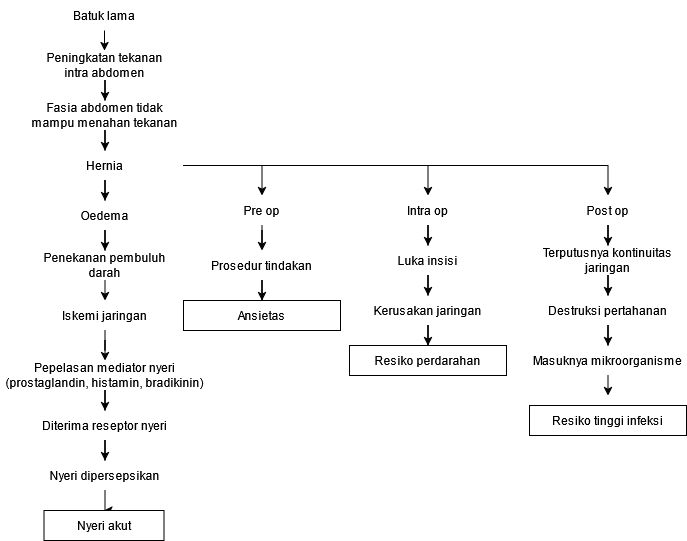
Before: pathway hernia.png, a diagram exported from draw.io (dhendisyafaa/drawio). Source tidied: cells renumbered, new cells last; positions are measured from the earlier drawing's top-left corner, leaving out a move shared by most shapes. Its diagram source:
```xml
<mxGraphModel>
  <root>
    <mxCell id="0" />
    <mxCell id="1" parent="0" />
    <mxCell id="2" style="edgeStyle=orthogonalEdgeStyle;rounded=0;jettySize=auto;html=1;entryX=0.5;entryY=0;entryDx=0;entryDy=0;" parent="1" edge="1" source="3" target="5">
      <mxGeometry relative="1" as="geometry" />
    </mxCell>
    <mxCell id="3" value="Batuk lama" style="text;html=1;align=center;verticalAlign=middle;whiteSpace=wrap;rounded=0;" parent="1" vertex="1">
      <mxGeometry x="64" width="80" height="30" as="geometry" />
    </mxCell>
    <mxCell id="4" style="edgeStyle=orthogonalEdgeStyle;rounded=0;jettySize=auto;html=1;entryX=0.5;entryY=0;entryDx=0;entryDy=0;" parent="1" edge="1" source="5" target="7">
      <mxGeometry relative="1" as="geometry" />
    </mxCell>
    <mxCell id="5" value="Peningkatan tekanan intra abdomen" style="text;html=1;align=center;verticalAlign=middle;whiteSpace=wrap;rounded=0;" parent="1" vertex="1">
      <mxGeometry x="42" y="50" width="125" height="30" as="geometry" />
    </mxCell>
    <mxCell id="6" style="edgeStyle=orthogonalEdgeStyle;rounded=0;jettySize=auto;html=1;" parent="1" edge="1" source="7" target="12">
      <mxGeometry relative="1" as="geometry" />
    </mxCell>
    <mxCell id="7" value="Fasia abdomen tidak mampu menahan tekanan" style="text;html=1;align=center;verticalAlign=middle;whiteSpace=wrap;rounded=0;" parent="1" vertex="1">
      <mxGeometry x="26" y="100" width="157" height="30" as="geometry" />
    </mxCell>
    <mxCell id="8" style="edgeStyle=orthogonalEdgeStyle;rounded=0;jettySize=auto;html=1;" parent="1" edge="1" source="12" target="37">
      <mxGeometry relative="1" as="geometry" />
    </mxCell>
    <mxCell id="9" style="edgeStyle=orthogonalEdgeStyle;rounded=0;jettySize=auto;html=1;entryX=0.5;entryY=0;entryDx=0;entryDy=0;" parent="1" edge="1" source="12" target="32">
      <mxGeometry relative="1" as="geometry" />
    </mxCell>
    <mxCell id="10" style="edgeStyle=orthogonalEdgeStyle;rounded=0;jettySize=auto;html=1;" parent="1" edge="1" source="12" target="14">
      <mxGeometry relative="1" as="geometry" />
    </mxCell>
    <mxCell id="11" style="edgeStyle=orthogonalEdgeStyle;rounded=0;jettySize=auto;html=1;entryX=0.5;entryY=0;entryDx=0;entryDy=0;exitX=1;exitY=0.5;exitDx=0;exitDy=0;" parent="1" edge="1" source="12" target="27">
      <mxGeometry relative="1" as="geometry" />
    </mxCell>
    <mxCell id="12" value="Hernia" style="text;html=1;align=center;verticalAlign=middle;whiteSpace=wrap;rounded=0;" parent="1" vertex="1">
      <mxGeometry x="26" y="150" width="157" height="30" as="geometry" />
    </mxCell>
    <mxCell id="13" style="edgeStyle=orthogonalEdgeStyle;rounded=0;jettySize=auto;html=1;entryX=0.5;entryY=0;entryDx=0;entryDy=0;" parent="1" edge="1" source="14" target="15">
      <mxGeometry relative="1" as="geometry" />
    </mxCell>
    <mxCell id="14" value="Oedema" style="text;html=1;align=center;verticalAlign=middle;whiteSpace=wrap;rounded=0;" parent="1" vertex="1">
      <mxGeometry x="26" y="200" width="157" height="30" as="geometry" />
    </mxCell>
    <mxCell id="15" value="Penekanan pembuluh darah" style="text;html=1;align=center;verticalAlign=middle;whiteSpace=wrap;rounded=0;" parent="1" vertex="1">
      <mxGeometry x="26" y="250" width="157" height="30" as="geometry" />
    </mxCell>
    <mxCell id="16" style="edgeStyle=orthogonalEdgeStyle;rounded=0;jettySize=auto;html=1;entryX=0.5;entryY=0;entryDx=0;entryDy=0;" parent="1" edge="1" source="17" target="19">
      <mxGeometry relative="1" as="geometry" />
    </mxCell>
    <mxCell id="17" value="Iskemi jaringan" style="text;html=1;align=center;verticalAlign=middle;whiteSpace=wrap;rounded=0;" parent="1" vertex="1">
      <mxGeometry x="26" y="300" width="157" height="30" as="geometry" />
    </mxCell>
    <mxCell id="18" style="edgeStyle=orthogonalEdgeStyle;rounded=0;jettySize=auto;html=1;entryX=0.5;entryY=0;entryDx=0;entryDy=0;" parent="1" edge="1" source="19" target="21">
      <mxGeometry relative="1" as="geometry" />
    </mxCell>
    <mxCell id="19" value="Pepelasan mediator nyeri (prostaglandin, histamin, bradikinin)" style="text;html=1;align=center;verticalAlign=middle;whiteSpace=wrap;rounded=0;" parent="1" vertex="1">
      <mxGeometry x="-0.2" y="360" width="209.4" height="30" as="geometry" />
    </mxCell>
    <mxCell id="20" style="edgeStyle=orthogonalEdgeStyle;rounded=0;jettySize=auto;html=1;" parent="1" edge="1" source="21" target="23">
      <mxGeometry relative="1" as="geometry" />
    </mxCell>
    <mxCell id="21" value="Diterima reseptor nyeri" style="text;html=1;align=center;verticalAlign=middle;whiteSpace=wrap;rounded=0;" parent="1" vertex="1">
      <mxGeometry x="26" y="410" width="157" height="30" as="geometry" />
    </mxCell>
    <mxCell id="22" style="edgeStyle=orthogonalEdgeStyle;rounded=0;jettySize=auto;html=1;entryX=0.5;entryY=0;entryDx=0;entryDy=0;" parent="1" edge="1" source="23" target="24">
      <mxGeometry relative="1" as="geometry" />
    </mxCell>
    <mxCell id="23" value="Nyeri dipersepsikan" style="text;html=1;align=center;verticalAlign=middle;whiteSpace=wrap;rounded=0;" parent="1" vertex="1">
      <mxGeometry x="26" y="460" width="157" height="30" as="geometry" />
    </mxCell>
    <mxCell id="24" value="Nyeri akut" style="rounded=0;whiteSpace=wrap;html=1;" parent="1" vertex="1">
      <mxGeometry x="43.5" y="510" width="120" height="30" as="geometry" />
    </mxCell>
    <mxCell id="25" style="edgeStyle=orthogonalEdgeStyle;rounded=0;jettySize=auto;html=1;entryX=0.495;entryY=-0.033;entryDx=0;entryDy=0;entryPerimeter=0;" parent="1" edge="1" source="15" target="17">
      <mxGeometry relative="1" as="geometry" />
    </mxCell>
    <mxCell id="26" style="edgeStyle=orthogonalEdgeStyle;rounded=0;jettySize=auto;html=1;entryX=0.5;entryY=0;entryDx=0;entryDy=0;" parent="1" edge="1" source="27" target="29">
      <mxGeometry relative="1" as="geometry" />
    </mxCell>
    <mxCell id="27" value="Pre op" style="text;html=1;align=center;verticalAlign=middle;whiteSpace=wrap;rounded=0;" parent="1" vertex="1">
      <mxGeometry x="183" y="195" width="157" height="30" as="geometry" />
    </mxCell>
    <mxCell id="28" style="edgeStyle=orthogonalEdgeStyle;rounded=0;jettySize=auto;html=1;entryX=0.5;entryY=0;entryDx=0;entryDy=0;" parent="1" edge="1" source="29" target="30">
      <mxGeometry relative="1" as="geometry" />
    </mxCell>
    <mxCell id="29" value="Prosedur tindakan" style="text;html=1;align=center;verticalAlign=middle;whiteSpace=wrap;rounded=0;" parent="1" vertex="1">
      <mxGeometry x="183" y="250" width="157" height="30" as="geometry" />
    </mxCell>
    <mxCell id="30" value="Ansietas" style="text;html=1;align=center;verticalAlign=middle;whiteSpace=wrap;rounded=0;strokeColor=default;" parent="1" vertex="1">
      <mxGeometry x="183" y="300" width="157" height="30" as="geometry" />
    </mxCell>
    <mxCell id="31" style="edgeStyle=orthogonalEdgeStyle;rounded=0;jettySize=auto;html=1;" parent="1" edge="1" source="32" target="34">
      <mxGeometry relative="1" as="geometry" />
    </mxCell>
    <mxCell id="32" value="Intra op" style="text;html=1;align=center;verticalAlign=middle;whiteSpace=wrap;rounded=0;" parent="1" vertex="1">
      <mxGeometry x="349" y="195" width="157" height="30" as="geometry" />
    </mxCell>
    <mxCell id="33" style="edgeStyle=orthogonalEdgeStyle;rounded=0;jettySize=auto;html=1;entryX=0.5;entryY=0;entryDx=0;entryDy=0;" parent="1" edge="1" source="34" target="45">
      <mxGeometry relative="1" as="geometry" />
    </mxCell>
    <mxCell id="34" value="Luka insisi" style="text;html=1;align=center;verticalAlign=middle;whiteSpace=wrap;rounded=0;" parent="1" vertex="1">
      <mxGeometry x="349" y="245" width="157" height="30" as="geometry" />
    </mxCell>
    <mxCell id="35" value="Resiko tinggi infeksi" style="text;html=1;align=center;verticalAlign=middle;whiteSpace=wrap;rounded=0;strokeColor=default;" parent="1" vertex="1">
      <mxGeometry x="529" y="405" width="157" height="30" as="geometry" />
    </mxCell>
    <mxCell id="36" style="edgeStyle=orthogonalEdgeStyle;rounded=0;jettySize=auto;html=1;" parent="1" edge="1" source="37" target="39">
      <mxGeometry relative="1" as="geometry" />
    </mxCell>
    <mxCell id="37" value="Post op" style="text;html=1;align=center;verticalAlign=middle;whiteSpace=wrap;rounded=0;" parent="1" vertex="1">
      <mxGeometry x="529" y="195" width="157" height="30" as="geometry" />
    </mxCell>
    <mxCell id="38" style="edgeStyle=orthogonalEdgeStyle;rounded=0;jettySize=auto;html=1;" parent="1" edge="1" source="39" target="41">
      <mxGeometry relative="1" as="geometry" />
    </mxCell>
    <mxCell id="39" value="Terputusnya kontinuitas jaringan" style="text;html=1;align=center;verticalAlign=middle;whiteSpace=wrap;rounded=0;" parent="1" vertex="1">
      <mxGeometry x="529" y="245" width="157" height="30" as="geometry" />
    </mxCell>
    <mxCell id="40" style="edgeStyle=orthogonalEdgeStyle;rounded=0;jettySize=auto;html=1;" parent="1" edge="1" source="41" target="43">
      <mxGeometry relative="1" as="geometry" />
    </mxCell>
    <mxCell id="41" value="Destruksi pertahanan" style="text;html=1;align=center;verticalAlign=middle;whiteSpace=wrap;rounded=0;" parent="1" vertex="1">
      <mxGeometry x="529" y="295" width="157" height="30" as="geometry" />
    </mxCell>
    <mxCell id="42" style="edgeStyle=orthogonalEdgeStyle;rounded=0;jettySize=auto;html=1;" parent="1" edge="1" source="43">
      <mxGeometry relative="1" as="geometry">
        <mxPoint x="607.5" y="395" as="targetPoint" />
      </mxGeometry>
    </mxCell>
    <mxCell id="43" value="Masuknya mikroorganisme" style="text;html=1;align=center;verticalAlign=middle;whiteSpace=wrap;rounded=0;" parent="1" vertex="1">
      <mxGeometry x="529" y="345" width="157" height="30" as="geometry" />
    </mxCell>
    <mxCell id="44" style="edgeStyle=orthogonalEdgeStyle;rounded=0;jettySize=auto;html=1;entryX=0.5;entryY=0;entryDx=0;entryDy=0;" parent="1" edge="1" source="45" target="46">
      <mxGeometry relative="1" as="geometry" />
    </mxCell>
    <mxCell id="45" value="Kerusakan jaringan" style="text;html=1;align=center;verticalAlign=middle;whiteSpace=wrap;rounded=0;strokeColor=none;" parent="1" vertex="1">
      <mxGeometry x="349" y="295" width="157" height="30" as="geometry" />
    </mxCell>
    <mxCell id="46" value="Resiko perdarahan" style="text;html=1;align=center;verticalAlign=middle;whiteSpace=wrap;rounded=0;strokeColor=default;" parent="1" vertex="1">
      <mxGeometry x="349" y="345" width="157" height="30" as="geometry" />
    </mxCell>
  </root>
</mxGraphModel>
```
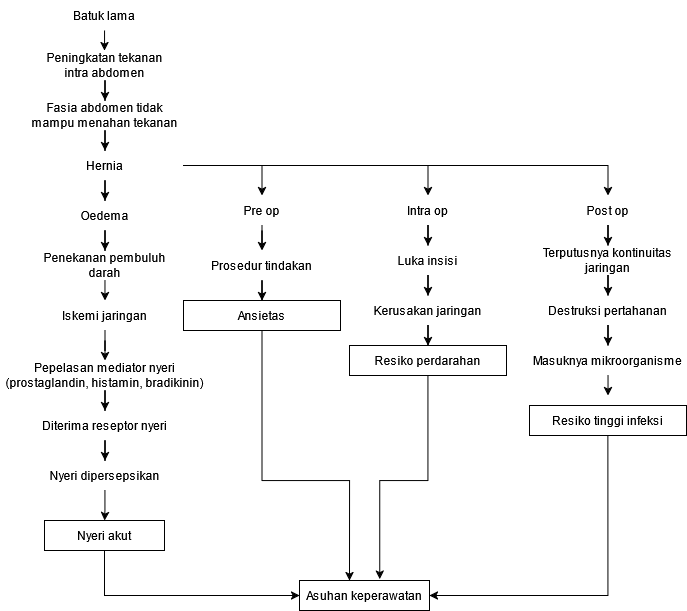
Above is the later version.

The edit, as a diff of the source:
```diff
@@ -68,8 +68,15 @@
     <mxCell id="23" value="Nyeri dipersepsikan" style="text;html=1;align=center;verticalAlign=middle;whiteSpace=wrap;rounded=0;" parent="1" vertex="1">
       <mxGeometry x="26" y="460" width="157" height="30" as="geometry" />
     </mxCell>
+    <mxCell id="47" style="edgeStyle=orthogonalEdgeStyle;rounded=0;jettySize=auto;html=1;entryX=0;entryY=0.5;entryDx=0;entryDy=0;" parent="1" edge="1" source="24" target="51">
+      <mxGeometry relative="1" as="geometry">
+        <Array as="points">
+          <mxPoint x="104" y="595" />
+        </Array>
+      </mxGeometry>
+    </mxCell>
     <mxCell id="24" value="Nyeri akut" style="rounded=0;whiteSpace=wrap;html=1;" parent="1" vertex="1">
-      <mxGeometry x="43.5" y="510" width="120" height="30" as="geometry" />
+      <mxGeometry x="44" y="520" width="120" height="30" as="geometry" />
     </mxCell>
     <mxCell id="25" style="edgeStyle=orthogonalEdgeStyle;rounded=0;jettySize=auto;html=1;entryX=0.495;entryY=-0.033;entryDx=0;entryDy=0;entryPerimeter=0;" parent="1" edge="1" source="15" target="17">
       <mxGeometry relative="1" as="geometry" />
@@ -86,6 +93,14 @@
     <mxCell id="29" value="Prosedur tindakan" style="text;html=1;align=center;verticalAlign=middle;whiteSpace=wrap;rounded=0;" parent="1" vertex="1">
       <mxGeometry x="183" y="250" width="157" height="30" as="geometry" />
     </mxCell>
+    <mxCell id="48" style="edgeStyle=orthogonalEdgeStyle;rounded=0;jettySize=auto;html=1;entryX=0.385;entryY=0;entryDx=0;entryDy=0;entryPerimeter=0;" parent="1" edge="1" source="30" target="51">
+      <mxGeometry relative="1" as="geometry">
+        <Array as="points">
+          <mxPoint x="262" y="480" />
+          <mxPoint x="349" y="480" />
+        </Array>
+      </mxGeometry>
+    </mxCell>
     <mxCell id="30" value="Ansietas" style="text;html=1;align=center;verticalAlign=middle;whiteSpace=wrap;rounded=0;strokeColor=default;" parent="1" vertex="1">
       <mxGeometry x="183" y="300" width="157" height="30" as="geometry" />
     </mxCell>
@@ -101,6 +116,9 @@
     <mxCell id="34" value="Luka insisi" style="text;html=1;align=center;verticalAlign=middle;whiteSpace=wrap;rounded=0;" parent="1" vertex="1">
       <mxGeometry x="349" y="245" width="157" height="30" as="geometry" />
     </mxCell>
+    <mxCell id="49" style="edgeStyle=orthogonalEdgeStyle;rounded=0;jettySize=auto;html=1;entryX=1;entryY=0.5;entryDx=0;entryDy=0;exitX=0.5;exitY=1;exitDx=0;exitDy=0;" parent="1" edge="1" source="35" target="51">
+      <mxGeometry relative="1" as="geometry" />
+    </mxCell>
     <mxCell id="35" value="Resiko tinggi infeksi" style="text;html=1;align=center;verticalAlign=middle;whiteSpace=wrap;rounded=0;strokeColor=default;" parent="1" vertex="1">
       <mxGeometry x="529" y="405" width="157" height="30" as="geometry" />
     </mxCell>
@@ -136,8 +154,19 @@
     <mxCell id="45" value="Kerusakan jaringan" style="text;html=1;align=center;verticalAlign=middle;whiteSpace=wrap;rounded=0;strokeColor=none;" parent="1" vertex="1">
       <mxGeometry x="349" y="295" width="157" height="30" as="geometry" />
     </mxCell>
+    <mxCell id="50" style="edgeStyle=orthogonalEdgeStyle;rounded=0;jettySize=auto;html=1;entryX=0.618;entryY=-0.044;entryDx=0;entryDy=0;entryPerimeter=0;" parent="1" edge="1" source="46" target="51">
+      <mxGeometry relative="1" as="geometry">
+        <Array as="points">
+          <mxPoint x="428" y="480" />
+          <mxPoint x="379" y="480" />
+        </Array>
+      </mxGeometry>
+    </mxCell>
     <mxCell id="46" value="Resiko perdarahan" style="text;html=1;align=center;verticalAlign=middle;whiteSpace=wrap;rounded=0;strokeColor=default;" parent="1" vertex="1">
       <mxGeometry x="349" y="345" width="157" height="30" as="geometry" />
     </mxCell>
+    <mxCell id="51" value="Asuhan keperawatan" style="rounded=0;whiteSpace=wrap;html=1;" parent="1" vertex="1">
+      <mxGeometry x="299" y="580" width="130" height="30" as="geometry" />
+    </mxCell>
   </root>
 </mxGraphModel>
```
